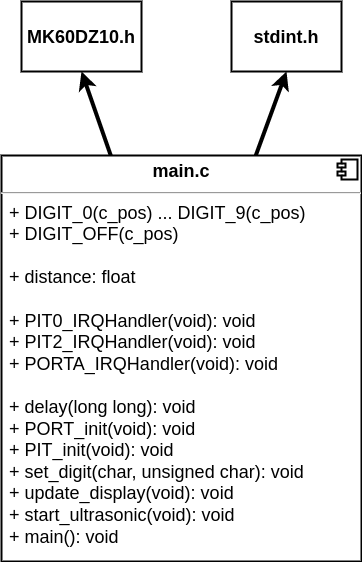
hungdojan/IMP_Project keeps this draw.io diagram as docs/resources/program.png. Above is the earlier version. Source tidied: cells renumbered, new cells last; positions are measured from the earlier drawing's top-left corner, leaving out a move shared by most shapes.
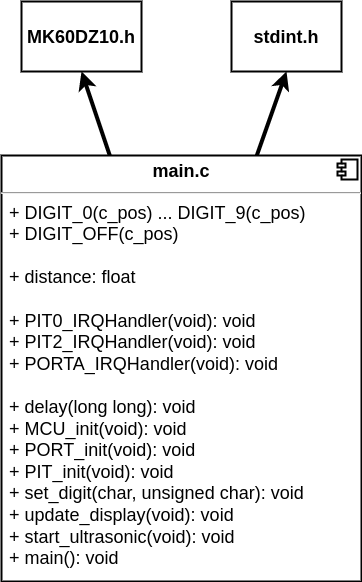
The same file after the commit.

Commit message:
MCG init

Change to the diagram source:
```diff
@@ -8,8 +8,8 @@
     <mxCell id="3" style="edgeStyle=none;html=1;entryX=0.5;entryY=1;entryDx=0;entryDy=0;fontSize=18;strokeWidth=4;elbow=vertical;" parent="1" edge="1" source="4" target="7">
       <mxGeometry relative="1" as="geometry" />
     </mxCell>
-    <mxCell id="4" value="&lt;p style=&quot;margin: 6px 0px 0px; text-align: center; font-size: 18px;&quot;&gt;&lt;b style=&quot;font-size: 18px;&quot;&gt;main.c&lt;/b&gt;&lt;/p&gt;&lt;hr style=&quot;font-size: 18px;&quot;&gt;&lt;p style=&quot;margin: 0px 0px 0px 8px; font-size: 18px;&quot;&gt;+ DIGIT_0(c_pos) ... DIGIT_9(c_pos)&lt;/p&gt;&lt;p style=&quot;margin: 0px 0px 0px 8px; font-size: 18px;&quot;&gt;&lt;span style=&quot;font-size: 18px;&quot;&gt;+ DIGIT_OFF(c_pos)&lt;/span&gt;&lt;/p&gt;&lt;p style=&quot;margin: 0px 0px 0px 8px; font-size: 18px;&quot;&gt;&lt;span style=&quot;font-size: 18px;&quot;&gt;&lt;br style=&quot;font-size: 18px;&quot;&gt;&lt;/span&gt;&lt;/p&gt;&lt;p style=&quot;margin: 0px 0px 0px 8px; font-size: 18px;&quot;&gt;&lt;span style=&quot;font-size: 18px;&quot;&gt;+ distance: float&lt;/span&gt;&lt;/p&gt;&lt;p style=&quot;margin: 0px 0px 0px 8px; font-size: 18px;&quot;&gt;&lt;br style=&quot;font-size: 18px;&quot;&gt;&lt;/p&gt;&lt;p style=&quot;margin: 0px 0px 0px 8px; font-size: 18px;&quot;&gt;+ PIT0_IRQHandler(void): void&lt;/p&gt;&lt;p style=&quot;margin: 0px 0px 0px 8px; font-size: 18px;&quot;&gt;+ PIT2_IRQHandler(void): void&lt;/p&gt;&lt;p style=&quot;margin: 0px 0px 0px 8px; font-size: 18px;&quot;&gt;+ PORTA_IRQHandler(void): void&lt;/p&gt;&lt;p style=&quot;margin: 0px 0px 0px 8px; font-size: 18px;&quot;&gt;&lt;br style=&quot;font-size: 18px;&quot;&gt;&lt;/p&gt;&lt;p style=&quot;margin: 0px 0px 0px 8px; font-size: 18px;&quot;&gt;&lt;span style=&quot;font-size: 18px;&quot;&gt;+ delay(long long): void&lt;/span&gt;&lt;/p&gt;&lt;p style=&quot;margin: 0px 0px 0px 8px; font-size: 18px;&quot;&gt;&lt;span style=&quot;font-size: 18px;&quot;&gt;+ PORT_init(void): void&lt;/span&gt;&lt;/p&gt;&lt;p style=&quot;margin: 0px 0px 0px 8px; font-size: 18px;&quot;&gt;&lt;span style=&quot;font-size: 18px;&quot;&gt;+ PIT_init(void): void&lt;/span&gt;&lt;/p&gt;&lt;p style=&quot;margin: 0px 0px 0px 8px; font-size: 18px;&quot;&gt;+ set_digit(char, unsigned char): void&lt;/p&gt;&lt;p style=&quot;margin: 0px 0px 0px 8px; font-size: 18px;&quot;&gt;+ update_display(void): void&lt;/p&gt;&lt;p style=&quot;margin: 0px 0px 0px 8px; font-size: 18px;&quot;&gt;+ start_ultrasonic(void): void&lt;/p&gt;&lt;p style=&quot;margin: 0px 0px 0px 8px; font-size: 18px;&quot;&gt;+ main(): void&lt;br style=&quot;font-size: 18px;&quot;&gt;&lt;/p&gt;&lt;p style=&quot;margin: 0px 0px 0px 8px; font-size: 18px;&quot;&gt;&lt;br style=&quot;font-size: 18px;&quot;&gt;&lt;/p&gt;&lt;p style=&quot;margin: 0px 0px 0px 8px; font-size: 18px;&quot;&gt;&lt;br style=&quot;font-size: 18px;&quot;&gt;&lt;/p&gt;" style="align=left;overflow=fill;html=1;fontSize=18;strokeWidth=2;" parent="1" vertex="1">
-      <mxGeometry y="154" width="360" height="406" as="geometry" />
+    <mxCell id="4" value="&lt;p style=&quot;margin: 6px 0px 0px ; text-align: center ; font-size: 18px&quot;&gt;&lt;b style=&quot;font-size: 18px&quot;&gt;main.c&lt;/b&gt;&lt;/p&gt;&lt;hr style=&quot;font-size: 18px&quot;&gt;&lt;p style=&quot;margin: 0px 0px 0px 8px ; font-size: 18px&quot;&gt;+ DIGIT_0(c_pos) ... DIGIT_9(c_pos)&lt;/p&gt;&lt;p style=&quot;margin: 0px 0px 0px 8px ; font-size: 18px&quot;&gt;&lt;span style=&quot;font-size: 18px&quot;&gt;+ DIGIT_OFF(c_pos)&lt;/span&gt;&lt;/p&gt;&lt;p style=&quot;margin: 0px 0px 0px 8px ; font-size: 18px&quot;&gt;&lt;span style=&quot;font-size: 18px&quot;&gt;&lt;br style=&quot;font-size: 18px&quot;&gt;&lt;/span&gt;&lt;/p&gt;&lt;p style=&quot;margin: 0px 0px 0px 8px ; font-size: 18px&quot;&gt;&lt;span style=&quot;font-size: 18px&quot;&gt;+ distance: float&lt;/span&gt;&lt;/p&gt;&lt;p style=&quot;margin: 0px 0px 0px 8px ; font-size: 18px&quot;&gt;&lt;br style=&quot;font-size: 18px&quot;&gt;&lt;/p&gt;&lt;p style=&quot;margin: 0px 0px 0px 8px ; font-size: 18px&quot;&gt;+ PIT0_IRQHandler(void): void&lt;/p&gt;&lt;p style=&quot;margin: 0px 0px 0px 8px ; font-size: 18px&quot;&gt;+ PIT2_IRQHandler(void): void&lt;/p&gt;&lt;p style=&quot;margin: 0px 0px 0px 8px ; font-size: 18px&quot;&gt;+ PORTA_IRQHandler(void): void&lt;/p&gt;&lt;p style=&quot;margin: 0px 0px 0px 8px ; font-size: 18px&quot;&gt;&lt;br style=&quot;font-size: 18px&quot;&gt;&lt;/p&gt;&lt;p style=&quot;margin: 0px 0px 0px 8px ; font-size: 18px&quot;&gt;&lt;span style=&quot;font-size: 18px&quot;&gt;+ delay(long long): void&lt;/span&gt;&lt;/p&gt;&lt;p style=&quot;margin: 0px 0px 0px 8px ; font-size: 18px&quot;&gt;&lt;span style=&quot;font-size: 18px&quot;&gt;+ MCU_init(void): void&lt;/span&gt;&lt;/p&gt;&lt;p style=&quot;margin: 0px 0px 0px 8px ; font-size: 18px&quot;&gt;&lt;span style=&quot;font-size: 18px&quot;&gt;+ PORT_init(void): void&lt;/span&gt;&lt;/p&gt;&lt;p style=&quot;margin: 0px 0px 0px 8px ; font-size: 18px&quot;&gt;&lt;span style=&quot;font-size: 18px&quot;&gt;+ PIT_init(void): void&lt;/span&gt;&lt;/p&gt;&lt;p style=&quot;margin: 0px 0px 0px 8px ; font-size: 18px&quot;&gt;+ set_digit(char, unsigned char): void&lt;/p&gt;&lt;p style=&quot;margin: 0px 0px 0px 8px ; font-size: 18px&quot;&gt;+ update_display(void): void&lt;/p&gt;&lt;p style=&quot;margin: 0px 0px 0px 8px ; font-size: 18px&quot;&gt;+ start_ultrasonic(void): void&lt;/p&gt;&lt;p style=&quot;margin: 0px 0px 0px 8px ; font-size: 18px&quot;&gt;+ main(): void&lt;br style=&quot;font-size: 18px&quot;&gt;&lt;/p&gt;&lt;p style=&quot;margin: 0px 0px 0px 8px ; font-size: 18px&quot;&gt;&lt;br style=&quot;font-size: 18px&quot;&gt;&lt;/p&gt;&lt;p style=&quot;margin: 0px 0px 0px 8px ; font-size: 18px&quot;&gt;&lt;br style=&quot;font-size: 18px&quot;&gt;&lt;/p&gt;" style="align=left;overflow=fill;html=1;fontSize=18;strokeWidth=2;" parent="1" vertex="1">
+      <mxGeometry y="154" width="360" height="426" as="geometry" />
     </mxCell>
     <mxCell id="5" style="shape=component;jettyWidth=8;jettyHeight=4;fontSize=18;strokeWidth=2;" parent="4" vertex="1">
       <mxGeometry x="1" width="20" height="20" relative="1" as="geometry">
```
